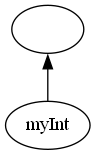
Above: src/printer/images/Symbol.gv.png in KianBankeLarsen/Compiler (Graphviz), before the change. Its source is kept beside it as src/printer/images/Symbol.gv. Source of this version:
```dot
digraph Symbol {
	graph [rankdir=BT]
	0 [label=""]
	1 [label=myInt]
	1 -> 0
}
```
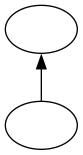
Above is the later version.

Diff of the diagram source:
```diff
@@ -1,6 +1,6 @@
 digraph Symbol {
 	graph [rankdir=BT]
 	0 [label=""]
-	1 [label=myInt]
+	1 [label=""]
 	1 -> 0
 }
```
